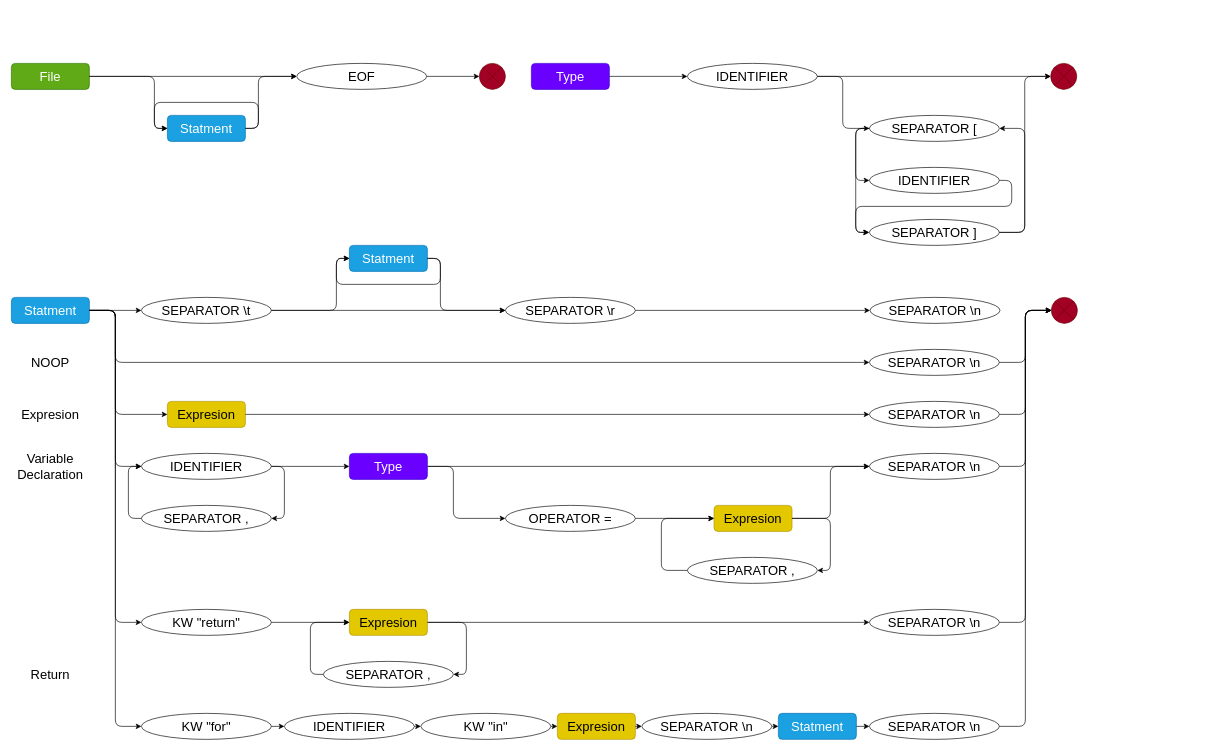
This is flowcharts/Untitled Diagram.drawio from rattle-devs/rattle-compiler, a draw.io file, before an edit. Source tidied: cells renumbered, new cells numbered last; positions are measured from the earlier drawing's top-left corner, leaving out a move shared by most shapes. Both pictures are drawn from the tidied source at 65%, with x=0, y=0 at pixel (11, 63).
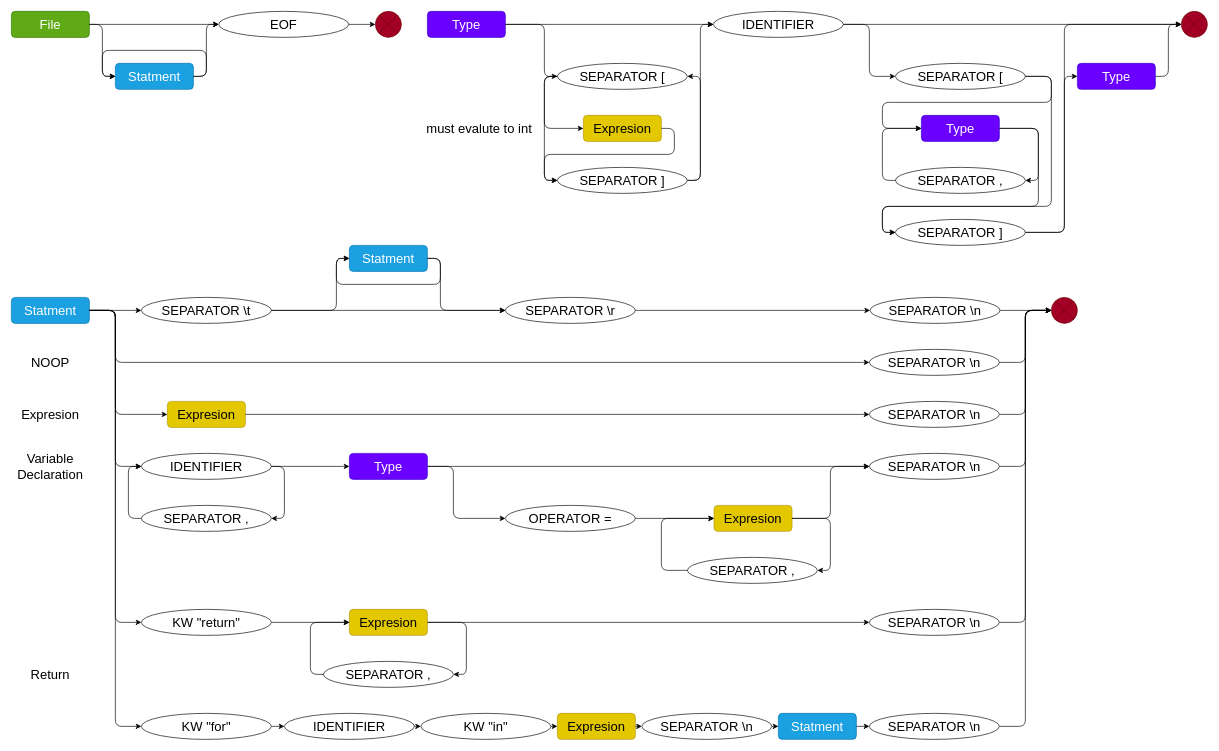
Above is the later version.

Unchanged cells that the change refers to:
```xml
<mxCell id="14" style="verticalLabelPosition=bottom;verticalAlign=top;html=1;shape=mxgraph.flowchart.or;rounded=1;shadow=0;fillColor=#a20025;strokeColor=#6F0000;fontColor=#ffffff;" parent="1" vertex="1">
  <mxGeometry x="1600" y="360" width="40" height="40" as="geometry" />
</mxCell>
<mxCell id="82" value="&lt;font style=&quot;font-size: 20px&quot;&gt;SEPARATOR \n&lt;br&gt;&lt;/font&gt;" style="ellipse;whiteSpace=wrap;html=1;rounded=1;shadow=0;" parent="1" vertex="1">
  <mxGeometry x="1321" y="360" width="200" height="40" as="geometry" />
</mxCell>
```

Change to the diagram source:
```diff
@@
     <mxCell id="2" value="&lt;font style=&quot;font-size: 20px&quot;&gt;File&lt;br&gt;&lt;/font&gt;" style="rounded=1;whiteSpace=wrap;html=1;fillColor=#60a917;strokeColor=#2D7600;fontColor=#ffffff;" parent="1" vertex="1">
-      <mxGeometry width="120" height="40" as="geometry" />
+      <mxGeometry y="-80" width="120" height="40" as="geometry" />
     </mxCell>
     <mxCell id="3" value="&lt;font style=&quot;font-size: 20px&quot;&gt;EOF&lt;/font&gt;" style="ellipse;whiteSpace=wrap;html=1;rounded=1;shadow=0;" parent="1" vertex="1">
-      <mxGeometry x="439" width="200" height="40" as="geometry" />
+      <mxGeometry x="319" y="-80" width="200" height="40" as="geometry" />
     </mxCell>
     <mxCell id="4" style="verticalLabelPosition=bottom;verticalAlign=top;html=1;shape=mxgraph.flowchart.or;rounded=1;shadow=0;fillColor=#a20025;strokeColor=#6F0000;fontColor=#ffffff;" parent="1" vertex="1">
-      <mxGeometry x="720" width="40" height="40" as="geometry" />
+      <mxGeometry x="560" y="-80" width="40" height="40" as="geometry" />
     </mxCell>
@@
     <mxCell id="6" value="Statment" style="rounded=1;whiteSpace=wrap;html=1;shadow=0;fontSize=20;fillColor=#1ba1e2;strokeColor=#006EAF;fontColor=#ffffff;" parent="1" vertex="1">
-      <mxGeometry x="240" y="80" width="120" height="40" as="geometry" />
+      <mxGeometry x="160" width="120" height="40" as="geometry" />
     </mxCell>
@@
     <mxCell id="8" style="endArrow=classic;html=1;entryX=0;entryY=0.5;entryDx=0;entryDy=0;exitX=1;exitY=0.5;exitDx=0;exitDy=0;" parent="1" edge="1" source="2" target="6">
       <mxGeometry relative="1" as="geometry">
         <Array as="points">
-          <mxPoint x="220" y="20" />
-          <mxPoint x="220" y="100" />
+          <mxPoint x="140" y="-60" />
+          <mxPoint x="140" y="20" />
         </Array>
       </mxGeometry>
     </mxCell>
-    <mxCell id="9" style="endArrow=classic;html=1;entryX=0;entryY=0.5;entryDx=0;entryDy=0;" parent="1" edge="1" target="3">
+    <mxCell id="9" style="endArrow=classic;html=1;entryX=0;entryY=0.5;entryDx=0;entryDy=0;exitX=1;exitY=0.5;exitDx=0;exitDy=0;" parent="1" edge="1" source="6" target="3">
       <mxGeometry relative="1" as="geometry">
-        <mxPoint x="360" y="100" as="sourcePoint" />
         <Array as="points">
-          <mxPoint x="380" y="100" />
-          <mxPoint x="380" y="20" />
+          <mxPoint x="300" y="20" />
+          <mxPoint x="300" y="-60" />
         </Array>
       </mxGeometry>
     </mxCell>
     <mxCell id="10" style="endArrow=classic;html=1;entryX=0;entryY=0.5;entryDx=0;entryDy=0;" parent="1" edge="1" target="6">
       <mxGeometry relative="1" as="geometry">
-        <mxPoint x="360" y="100" as="sourcePoint" />
+        <mxPoint x="280" y="20" as="sourcePoint" />
         <Array as="points">
-          <mxPoint x="380" y="100" />
-          <mxPoint x="380" y="60" />
-          <mxPoint x="220" y="60" />
-          <mxPoint x="220" y="100" />
+          <mxPoint x="300" y="20" />
+          <mxPoint x="300" y="-20" />
+          <mxPoint x="140" y="-20" />
+          <mxPoint x="140" y="20" />
         </Array>
       </mxGeometry>
     </mxCell>
@@
     <mxCell id="61" value="Type" style="rounded=1;whiteSpace=wrap;html=1;shadow=0;fontSize=20;fillColor=#6a00ff;strokeColor=#3700CC;fontColor=#ffffff;" parent="1" vertex="1">
-      <mxGeometry x="800" width="120" height="40" as="geometry" />
+      <mxGeometry x="640" y="-80" width="120" height="40" as="geometry" />
     </mxCell>
     <mxCell id="62" value="&lt;font style=&quot;font-size: 20px&quot;&gt;IDENTIFIER&lt;br&gt;&lt;/font&gt;" style="ellipse;whiteSpace=wrap;html=1;rounded=1;shadow=0;" parent="1" vertex="1">
-      <mxGeometry x="1040" width="200" height="40" as="geometry" />
+      <mxGeometry x="1080" y="-80" width="200" height="40" as="geometry" />
     </mxCell>
     <mxCell id="63" value="&lt;font style=&quot;font-size: 20px&quot;&gt;SEPARATOR [&lt;br&gt;&lt;/font&gt;" style="ellipse;whiteSpace=wrap;html=1;rounded=1;shadow=0;" parent="1" vertex="1">
-      <mxGeometry x="1320" y="80" width="200" height="40" as="geometry" />
+      <mxGeometry x="1360" width="200" height="40" as="geometry" />
     </mxCell>
     <mxCell id="64" value="&lt;font style=&quot;font-size: 20px&quot;&gt;SEPARATOR ]&lt;br&gt;&lt;/font&gt;" style="ellipse;whiteSpace=wrap;html=1;rounded=1;shadow=0;" parent="1" vertex="1">
-      <mxGeometry x="1320" y="240" width="200" height="40" as="geometry" />
+      <mxGeometry x="1360" y="240" width="200" height="40" as="geometry" />
     </mxCell>
-    <mxCell id="65" value="&lt;font style=&quot;font-size: 20px&quot;&gt;IDENTIFIER&lt;br&gt;&lt;/font&gt;" style="ellipse;whiteSpace=wrap;html=1;rounded=1;shadow=0;" parent="1" vertex="1">
-      <mxGeometry x="1320" y="160" width="200" height="40" as="geometry" />
-    </mxCell>
     <mxCell id="66" style="endArrow=classic;html=1;exitX=1;exitY=0.5;exitDx=0;exitDy=0;entryX=0;entryY=0.5;entryDx=0;entryDy=0;" parent="1" edge="1" source="62" target="63">
       <mxGeometry relative="1" as="geometry">
         <Array as="points">
-          <mxPoint x="1279" y="20" />
-          <mxPoint x="1279" y="100" />
+          <mxPoint x="1320" y="-60" />
+          <mxPoint x="1320" y="20" />
         </Array>
       </mxGeometry>
     </mxCell>
@@
     <mxCell id="75" style="verticalLabelPosition=bottom;verticalAlign=top;html=1;shape=mxgraph.flowchart.or;rounded=1;shadow=0;fillColor=#a20025;strokeColor=#6F0000;fontColor=#ffffff;" parent="1" vertex="1">
-      <mxGeometry x="1599" width="40" height="40" as="geometry" />
+      <mxGeometry x="1800" y="-80" width="40" height="40" as="geometry" />
     </mxCell>
@@
-    <mxCell id="77" style="endArrow=classic;html=1;exitX=0;exitY=0.5;exitDx=0;exitDy=0;entryX=0;entryY=0.5;entryDx=0;entryDy=0;" parent="1" edge="1" source="63" target="64">
-      <mxGeometry relative="1" as="geometry">
-        <Array as="points">
-          <mxPoint x="1299" y="100" />
-          <mxPoint x="1299" y="260" />
-        </Array>
-      </mxGeometry>
-    </mxCell>
-    <mxCell id="78" style="endArrow=classic;html=1;exitX=0;exitY=0.5;exitDx=0;exitDy=0;entryX=0;entryY=0.5;entryDx=0;entryDy=0;" parent="1" edge="1" source="63" target="65">
+    <mxCell id="78" style="endArrow=classic;html=1;exitX=1;exitY=0.5;exitDx=0;exitDy=0;entryX=0;entryY=0.5;entryDx=0;entryDy=0;" parent="1" edge="1" source="63" target="95">
       <mxGeometry relative="1" as="geometry">
         <Array as="points">
-          <mxPoint x="1299" y="100" />
-          <mxPoint x="1299" y="180" />
+          <mxPoint x="1600" y="20" />
+          <mxPoint x="1600" y="60" />
+          <mxPoint x="1340" y="60" />
+          <mxPoint x="1340" y="100" />
         </Array>
       </mxGeometry>
     </mxCell>
-    <mxCell id="79" style="endArrow=classic;html=1;exitX=1;exitY=0.5;exitDx=0;exitDy=0;" parent="1" edge="1" source="65">
-      <mxGeometry relative="1" as="geometry">
-        <mxPoint x="1319" y="260" as="targetPoint" />
-        <Array as="points">
-          <mxPoint x="1539" y="180" />
-          <mxPoint x="1539" y="220" />
-          <mxPoint x="1299" y="220" />
-          <mxPoint x="1299" y="260" />
-        </Array>
-      </mxGeometry>
-    </mxCell>
-    <mxCell id="80" style="endArrow=classic;html=1;exitX=1;exitY=0.5;exitDx=0;exitDy=0;entryX=1;entryY=0.5;entryDx=0;entryDy=0;" parent="1" edge="1" source="64" target="63">
-      <mxGeometry relative="1" as="geometry">
-        <Array as="points">
-          <mxPoint x="1559" y="260" />
-          <mxPoint x="1559" y="100" />
-        </Array>
-      </mxGeometry>
-    </mxCell>
     <mxCell id="81" style="endArrow=classic;html=1;exitX=1;exitY=0.5;exitDx=0;exitDy=0;entryX=0;entryY=0.5;entryDx=0;entryDy=0;entryPerimeter=0;" parent="1" edge="1" source="64" target="75">
       <mxGeometry relative="1" as="geometry">
         <Array as="points">
-          <mxPoint x="1559" y="260" />
-          <mxPoint x="1559" y="20" />
+          <mxPoint x="1620" y="260" />
+          <mxPoint x="1620" y="-60" />
         </Array>
       </mxGeometry>
     </mxCell>
@@
+    <mxCell id="92" value="&lt;font style=&quot;font-size: 20px&quot;&gt;SEPARATOR [&lt;br&gt;&lt;/font&gt;" style="ellipse;whiteSpace=wrap;html=1;rounded=1;shadow=0;" parent="1" vertex="1">
+      <mxGeometry x="840" width="200" height="40" as="geometry" />
+    </mxCell>
+    <mxCell id="93" value="&lt;font style=&quot;font-size: 20px&quot;&gt;SEPARATOR ]&lt;br&gt;&lt;/font&gt;" style="ellipse;whiteSpace=wrap;html=1;rounded=1;shadow=0;" parent="1" vertex="1">
+      <mxGeometry x="840" y="160" width="200" height="40" as="geometry" />
+    </mxCell>
+    <mxCell id="94" value="Expresion" style="rounded=1;whiteSpace=wrap;html=1;shadow=0;fontSize=20;fillColor=#e3c800;strokeColor=#B09500;fontColor=#000000;" parent="1" vertex="1">
+      <mxGeometry x="880" y="80" width="120" height="40" as="geometry" />
+    </mxCell>
+    <mxCell id="95" value="Type" style="rounded=1;whiteSpace=wrap;html=1;shadow=0;fontSize=20;fillColor=#6a00ff;strokeColor=#3700CC;fontColor=#ffffff;" parent="1" vertex="1">
+      <mxGeometry x="1400" y="80" width="120" height="40" as="geometry" />
+    </mxCell>
+    <mxCell id="96" style="endArrow=classic;html=1;exitX=1;exitY=0.5;exitDx=0;exitDy=0;entryX=0;entryY=0.5;entryDx=0;entryDy=0;" parent="1" edge="1" source="61" target="92">
+      <mxGeometry relative="1" as="geometry">
+        <Array as="points">
+          <mxPoint x="820" y="-60" />
+          <mxPoint x="820" y="20" />
+        </Array>
+      </mxGeometry>
+    </mxCell>
+    <mxCell id="97" style="endArrow=classic;html=1;exitX=1;exitY=0.5;exitDx=0;exitDy=0;entryX=0;entryY=0.5;entryDx=0;entryDy=0;" parent="1" edge="1" source="94" target="93">
+      <mxGeometry relative="1" as="geometry">
+        <Array as="points">
+          <mxPoint x="1020" y="100" />
+          <mxPoint x="1020" y="140" />
+          <mxPoint x="820" y="140" />
+          <mxPoint x="820" y="180" />
+        </Array>
+      </mxGeometry>
+    </mxCell>
+    <mxCell id="98" style="endArrow=classic;html=1;entryX=0;entryY=0.5;entryDx=0;entryDy=0;exitX=0;exitY=0.5;exitDx=0;exitDy=0;" parent="1" edge="1" source="92" target="93">
+      <mxGeometry relative="1" as="geometry">
+        <Array as="points">
+          <mxPoint x="820" y="20" />
+          <mxPoint x="820" y="180" />
+        </Array>
+      </mxGeometry>
+    </mxCell>
+    <mxCell id="99" style="endArrow=classic;html=1;entryX=0;entryY=0.5;entryDx=0;entryDy=0;exitX=0;exitY=0.5;exitDx=0;exitDy=0;" parent="1" edge="1" source="92" target="94">
+      <mxGeometry relative="1" as="geometry">
+        <Array as="points">
+          <mxPoint x="820" y="20" />
+          <mxPoint x="820" y="100" />
+        </Array>
+      </mxGeometry>
+    </mxCell>
+    <mxCell id="100" style="endArrow=classic;html=1;exitX=1;exitY=0.5;exitDx=0;exitDy=0;entryX=1;entryY=0.5;entryDx=0;entryDy=0;" parent="1" edge="1" source="93" target="92">
+      <mxGeometry relative="1" as="geometry">
+        <Array as="points">
+          <mxPoint x="1060" y="180" />
+          <mxPoint x="1060" y="20" />
+        </Array>
+      </mxGeometry>
+    </mxCell>
+    <mxCell id="101" style="endArrow=classic;html=1;exitX=1;exitY=0.5;exitDx=0;exitDy=0;entryX=0;entryY=0.5;entryDx=0;entryDy=0;" parent="1" edge="1" source="93" target="62">
+      <mxGeometry relative="1" as="geometry">
+        <Array as="points">
+          <mxPoint x="1060" y="180" />
+          <mxPoint x="1060" y="-60" />
+        </Array>
+      </mxGeometry>
+    </mxCell>
+    <mxCell id="102" value="&lt;font style=&quot;font-size: 20px&quot;&gt;must evalute to int&lt;/font&gt;" style="text;html=1;strokeColor=none;fillColor=none;align=center;verticalAlign=middle;whiteSpace=wrap;rounded=0;" parent="1" vertex="1">
+      <mxGeometry x="620" y="80" width="200" height="40" as="geometry" />
+    </mxCell>
+    <mxCell id="103" value="&lt;font style=&quot;font-size: 20px&quot;&gt;SEPARATOR ,&lt;br&gt;&lt;/font&gt;" style="ellipse;whiteSpace=wrap;html=1;rounded=1;shadow=0;" parent="1" vertex="1">
+      <mxGeometry x="1360" y="160" width="200" height="40" as="geometry" />
+    </mxCell>
+    <mxCell id="104" style="endArrow=classic;html=1;entryX=0;entryY=0.5;entryDx=0;entryDy=0;exitX=0;exitY=0.5;exitDx=0;exitDy=0;" parent="1" edge="1" source="103" target="95">
+      <mxGeometry relative="1" as="geometry">
+        <Array as="points">
+          <mxPoint x="1340" y="180" />
+          <mxPoint x="1340" y="100" />
+        </Array>
+      </mxGeometry>
+    </mxCell>
+    <mxCell id="105" style="endArrow=classic;html=1;entryX=1;entryY=0.5;entryDx=0;entryDy=0;exitX=1;exitY=0.5;exitDx=0;exitDy=0;" parent="1" edge="1" source="95" target="103">
+      <mxGeometry relative="1" as="geometry">
+        <Array as="points">
+          <mxPoint x="1580" y="100" />
+          <mxPoint x="1580" y="180" />
+        </Array>
+      </mxGeometry>
+    </mxCell>
+    <mxCell id="106" style="endArrow=classic;html=1;exitX=1;exitY=0.5;exitDx=0;exitDy=0;entryX=0;entryY=0.5;entryDx=0;entryDy=0;entryPerimeter=0;" parent="1" edge="1" source="82" target="14">
+      <mxGeometry relative="1" as="geometry" />
+    </mxCell>
+    <mxCell id="107" style="endArrow=classic;html=1;exitX=1;exitY=0.5;exitDx=0;exitDy=0;entryX=0;entryY=0.5;entryDx=0;entryDy=0;" parent="1" edge="1" source="64" target="108">
+      <mxGeometry relative="1" as="geometry">
+        <Array as="points">
+          <mxPoint x="1620" y="260" />
+          <mxPoint x="1620" y="20" />
+        </Array>
+      </mxGeometry>
+    </mxCell>
+    <mxCell id="108" value="Type" style="rounded=1;whiteSpace=wrap;html=1;shadow=0;fontSize=20;fillColor=#6a00ff;strokeColor=#3700CC;fontColor=#ffffff;" parent="1" vertex="1">
+      <mxGeometry x="1640" width="120" height="40" as="geometry" />
+    </mxCell>
+    <mxCell id="109" style="endArrow=classic;html=1;exitX=1;exitY=0.5;exitDx=0;exitDy=0;entryX=0;entryY=0.5;entryDx=0;entryDy=0;entryPerimeter=0;" parent="1" edge="1" source="108" target="75">
+      <mxGeometry relative="1" as="geometry">
+        <Array as="points">
+          <mxPoint x="1780" y="20" />
+          <mxPoint x="1780" y="-60" />
+        </Array>
+      </mxGeometry>
+    </mxCell>
+    <mxCell id="77" style="endArrow=classic;html=1;exitX=1;exitY=0.5;exitDx=0;exitDy=0;entryX=0;entryY=0.5;entryDx=0;entryDy=0;" parent="1" edge="1" source="63" target="64">
+      <mxGeometry relative="1" as="geometry">
+        <Array as="points">
+          <mxPoint x="1600" y="20" />
+          <mxPoint x="1600" y="220" />
+          <mxPoint x="1340" y="220" />
+          <mxPoint x="1340" y="260" />
+        </Array>
+      </mxGeometry>
+    </mxCell>
+    <mxCell id="110" style="endArrow=classic;html=1;exitX=1;exitY=0.5;exitDx=0;exitDy=0;" parent="1" edge="1" source="95">
+      <mxGeometry relative="1" as="geometry">
+        <mxPoint x="1360" y="260" as="targetPoint" />
+        <Array as="points">
+          <mxPoint x="1580" y="100" />
+          <mxPoint x="1580" y="220" />
+          <mxPoint x="1340" y="220" />
+          <mxPoint x="1340" y="260" />
+        </Array>
+      </mxGeometry>
+    </mxCell>
```
